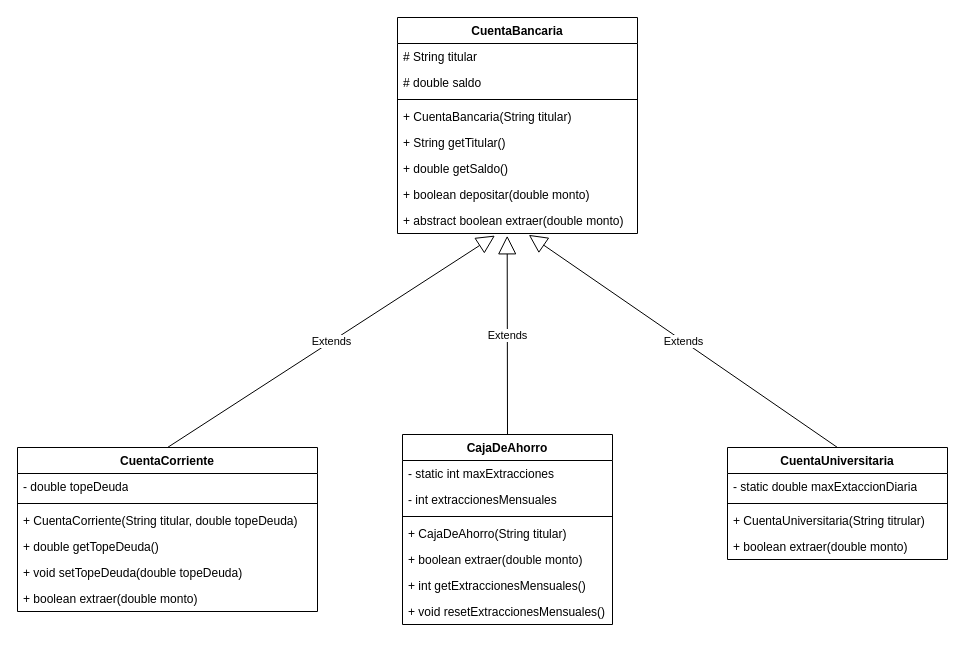
The draw.io diagram TP 3/Ejercicio3/diagrama.drawio in carluandraster/Progra-3-Java, before the edit. Source tidied: cells renumbered, new cells numbered last; positions are measured from the earlier drawing's top-left corner, leaving out a move shared by most shapes. Both pictures are drawn from the tidied source at 100%, with x=0, y=0 at pixel (17, 17).
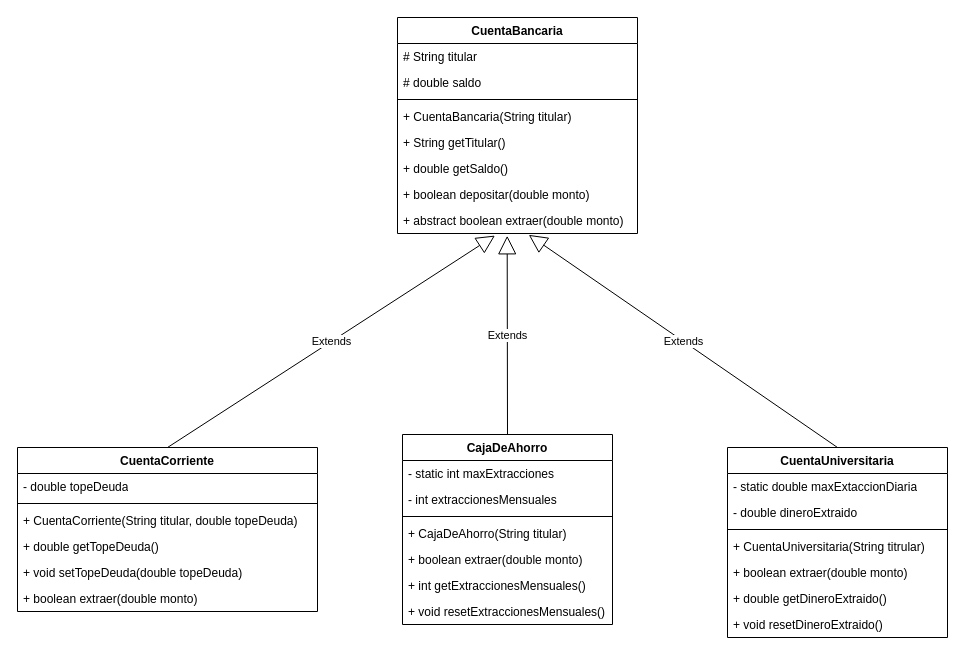
After the change.

What changed in the source:
```diff
@@
     <mxCell id="28" value="CuentaUniversitaria" style="swimlane;fontStyle=1;align=center;verticalAlign=top;horizontal=1;startSize=26;whiteSpace=wrap;html=1;" parent="1" vertex="1">
-      <mxGeometry x="710" y="430" width="220" height="112" as="geometry" />
+      <mxGeometry x="710" y="430" width="220" height="190" as="geometry" />
     </mxCell>
@@
+    <mxCell id="34" value="- double dineroExtraido" style="text;strokeColor=none;fillColor=none;align=left;verticalAlign=top;spacingLeft=4;spacingRight=4;overflow=hidden;whiteSpace=wrap;html=1;" parent="28" vertex="1">
+      <mxGeometry y="52" width="220" height="26" as="geometry" />
+    </mxCell>
     <mxCell id="30" style="line;strokeWidth=1;fillColor=none;align=left;verticalAlign=middle;spacingTop=-1;spacingLeft=3;spacingRight=3;labelPosition=right;strokeColor=inherit;" parent="28" vertex="1">
-      <mxGeometry y="52" width="220" height="8" as="geometry" />
+      <mxGeometry y="78" width="220" height="8" as="geometry" />
     </mxCell>
     <mxCell id="31" value="+ CuentaUniversitaria(String titrular)" style="text;strokeColor=none;fillColor=none;align=left;verticalAlign=top;spacingLeft=4;spacingRight=4;overflow=hidden;whiteSpace=wrap;html=1;" parent="28" vertex="1">
-      <mxGeometry y="60" width="220" height="26" as="geometry" />
+      <mxGeometry y="86" width="220" height="26" as="geometry" />
     </mxCell>
     <mxCell id="32" value="+ boolean extraer(double monto)" style="text;strokeColor=none;fillColor=none;align=left;verticalAlign=top;spacingLeft=4;spacingRight=4;overflow=hidden;whiteSpace=wrap;html=1;" parent="28" vertex="1">
-      <mxGeometry y="86" width="220" height="26" as="geometry" />
+      <mxGeometry y="112" width="220" height="26" as="geometry" />
     </mxCell>
+    <mxCell id="35" value="+ double getDineroExtraido()" style="text;strokeColor=none;fillColor=none;align=left;verticalAlign=top;spacingLeft=4;spacingRight=4;overflow=hidden;whiteSpace=wrap;html=1;" parent="28" vertex="1">
+      <mxGeometry y="138" width="220" height="26" as="geometry" />
+    </mxCell>
+    <mxCell id="36" value="+ void resetDineroExtraido()" style="text;strokeColor=none;fillColor=none;align=left;verticalAlign=top;spacingLeft=4;spacingRight=4;overflow=hidden;whiteSpace=wrap;html=1;" parent="28" vertex="1">
+      <mxGeometry y="164" width="220" height="26" as="geometry" />
+    </mxCell>
```
